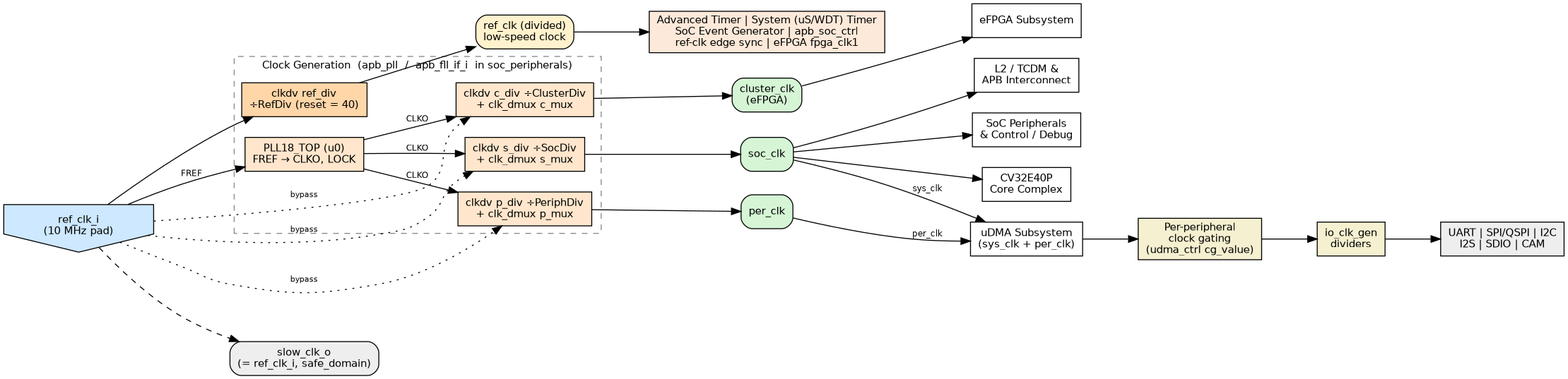
This is docs/images/clock_tree.png from openhwgroup/core-v-mcu, a Graphviz export, as it was before one commit. Its source is kept beside it as docs/images/clock_tree.dot.
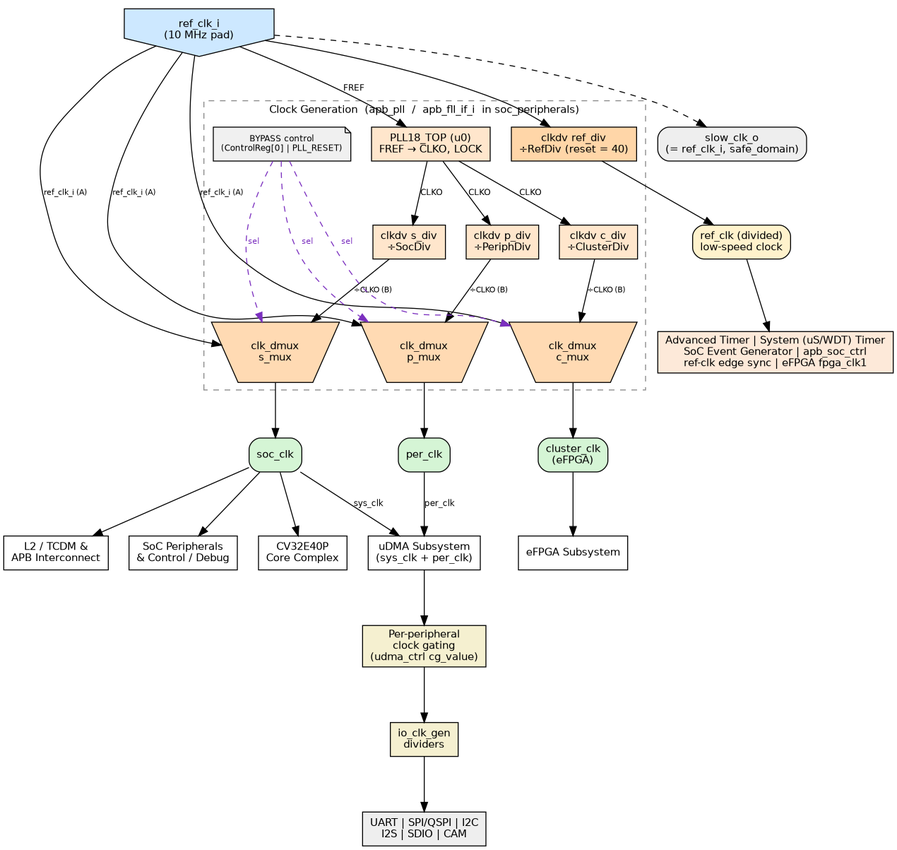
The same file after the commit.

Commit message:
Fix up clock tree diagram and associated description

Diff of the diagram source:
```diff
@@ -1,6 +1,6 @@
 
 digraph clock_tree {
-    rankdir=LR;
+    rankdir=TB;
     nodesep=0.30;
     ranksep=0.80;
     fontname="Helvetica";
@@ -16,14 +16,26 @@
 
         pll  [label="PLL18_TOP (u0)\nFREF → CLKO, LOCK", shape=box,
               style=filled, fillcolor="#ffe6cc"];
-        sdiv [label="clkdv s_div ÷SocDiv\n+ clk_dmux s_mux", shape=box,
+
+        sdiv [label="clkdv s_div\n÷SocDiv", shape=box,
               style=filled, fillcolor="#ffe6cc"];
-        pdiv [label="clkdv p_div ÷PeriphDiv\n+ clk_dmux p_mux", shape=box,
+        pdiv [label="clkdv p_div\n÷PeriphDiv", shape=box,
               style=filled, fillcolor="#ffe6cc"];
-        cdiv [label="clkdv c_div ÷ClusterDiv\n+ clk_dmux c_mux", shape=box,
+        cdiv [label="clkdv c_div\n÷ClusterDiv", shape=box,
               style=filled, fillcolor="#ffe6cc"];
+
         rdiv [label="clkdv ref_div\n÷RefDiv (reset = 40)", shape=box,
               style=filled, fillcolor="#ffd6a8"];
+
+        smux [label="clk_dmux\ns_mux", shape=invtrapezium,
+              style=filled, fillcolor="#ffdab3", height=0.55];
+        pmux [label="clk_dmux\np_mux", shape=invtrapezium,
+              style=filled, fillcolor="#ffdab3", height=0.55];
+        cmux [label="clk_dmux\nc_mux", shape=invtrapezium,
+              style=filled, fillcolor="#ffdab3", height=0.55];
+
+        bypass [label="BYPASS control\n(ControlReg[0] | PLL_RESET)", shape=note,
+                style=filled, fillcolor="#f0f0f0", fontsize=9];
     }
 
     soc_clk  [label="soc_clk",  shape=box, style="filled,rounded",
@@ -58,18 +70,30 @@
 
     ref -> pll  [label="FREF"];
     ref -> rdiv;
-    ref -> sdiv [label="bypass", style=dotted, fontsize=8];
-    ref -> pdiv [label="bypass", style=dotted, fontsize=8];
-    ref -> cdiv [label="bypass", style=dotted, fontsize=8];
     ref -> slow [style=dashed];
 
     pll -> sdiv [label="CLKO"];
     pll -> pdiv [label="CLKO"];
     pll -> cdiv [label="CLKO"];
 
-    sdiv -> soc_clk;
-    pdiv -> per_clk;
-    cdiv -> clu_clk;
+    sdiv -> smux [label="÷CLKO (B)", fontsize=8];
+    pdiv -> pmux [label="÷CLKO (B)", fontsize=8];
+    cdiv -> cmux [label="÷CLKO (B)", fontsize=8];
+
+    ref -> smux [label="ref_clk_i (A)", fontsize=8];
+    ref -> pmux [label="ref_clk_i (A)", fontsize=8];
+    ref -> cmux [label="ref_clk_i (A)", fontsize=8];
+
+    bypass -> smux [label="sel", style=dashed, fontsize=8, constraint=false,
+                    color="#7b2fbf", fontcolor="#7b2fbf"];
+    bypass -> pmux [label="sel", style=dashed, fontsize=8, constraint=false,
+                    color="#7b2fbf", fontcolor="#7b2fbf"];
+    bypass -> cmux [label="sel", style=dashed, fontsize=8, constraint=false,
+                    color="#7b2fbf", fontcolor="#7b2fbf"];
+
+    smux -> soc_clk;
+    pmux -> per_clk;
+    cmux -> clu_clk;
     rdiv -> ref_div_clk;
 
     soc_clk -> core;
```
